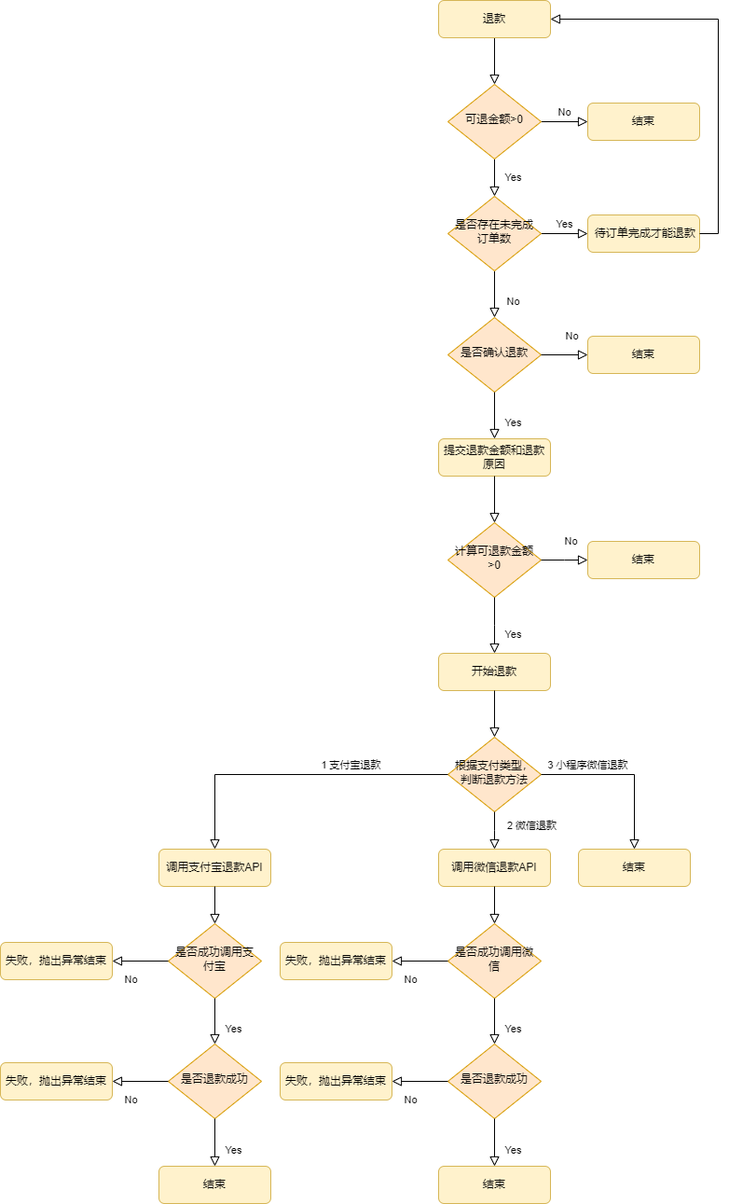
Before: png/退款流程.png, a diagram exported from draw.io (ren9901/tourism-j2ee-wx). Source tidied: cells renumbered, new cells last; positions are measured from the earlier drawing's top-left corner, leaving out a move shared by most shapes.
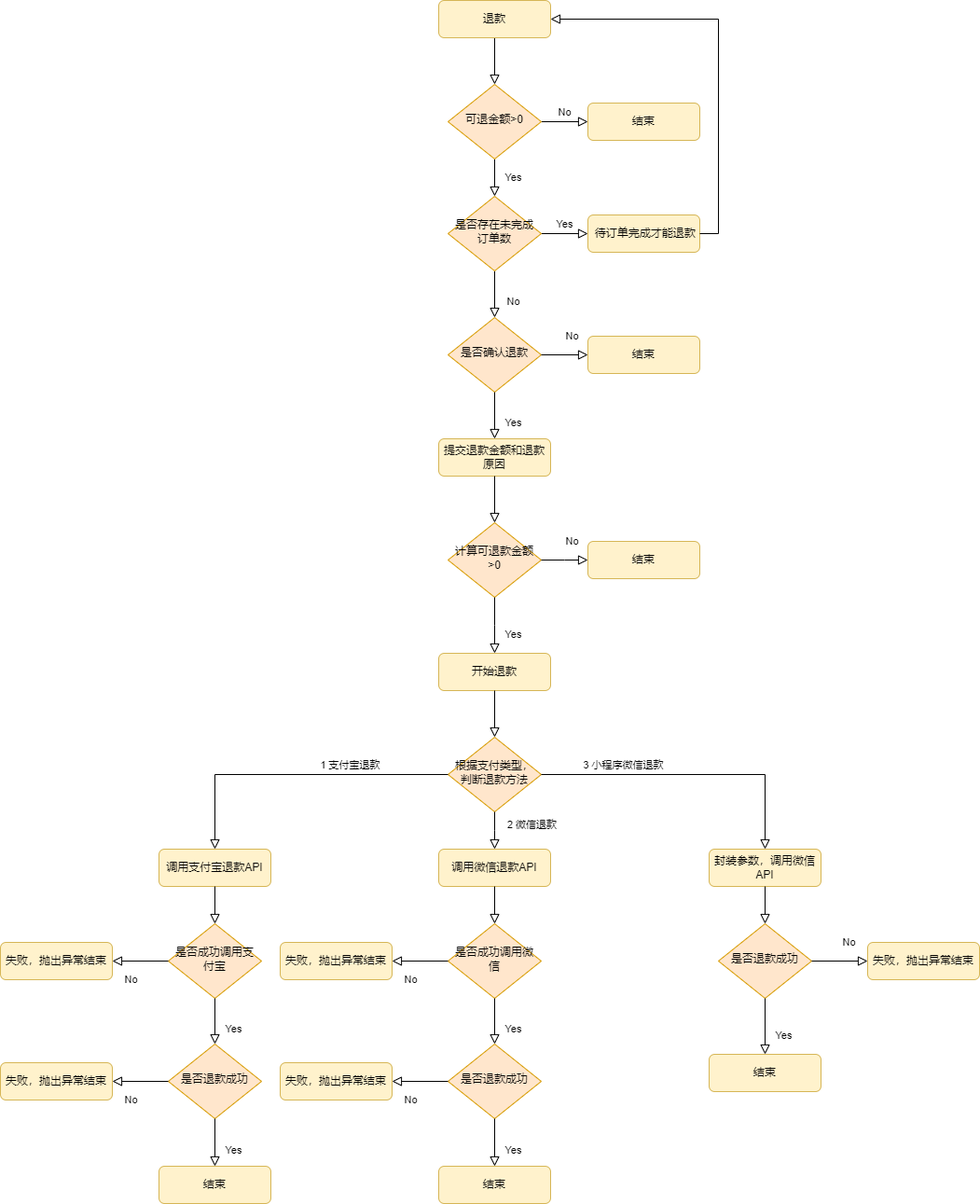
Later version of the same file.

Commit message:
更新退款流程.png

Diff of the diagram source:
```diff
@@ -96,8 +96,12 @@
         <mxPoint y="-6" as="offset" />
       </mxGeometry>
     </mxCell>
-    <mxCell id="28" value="3 小程序微信退款" style="rounded=0;html=1;jettySize=auto;fontSize=11;endArrow=block;endFill=0;endSize=8;strokeWidth=1;shadow=0;labelBackgroundColor=none;edgeStyle=orthogonalEdgeStyle;exitX=1;exitY=0.5;exitDx=0;exitDy=0;" parent="1" edge="1" source="24" target="31">
-      <mxGeometry x="-0.45" y="10" relative="1" as="geometry" />
+    <mxCell id="28" value="3 小程序微信退款" style="rounded=0;html=1;jettySize=auto;fontSize=11;endArrow=block;endFill=0;endSize=8;strokeWidth=1;shadow=0;labelBackgroundColor=none;edgeStyle=orthogonalEdgeStyle;exitX=1;exitY=0.5;exitDx=0;exitDy=0;entryX=0.5;entryY=0;entryDx=0;entryDy=0;" parent="1" edge="1" source="24" target="31">
+      <mxGeometry x="-0.45" y="10" relative="1" as="geometry">
+        <Array as="points">
+          <mxPoint x="820" y="830" />
+        </Array>
+      </mxGeometry>
     </mxCell>
     <mxCell id="29" value="调用支付宝退款API" style="rounded=1;whiteSpace=wrap;html=1;fontSize=12;glass=0;strokeWidth=1;shadow=0;fillColor=#fff2cc;strokeColor=#d6b656;" parent="1" vertex="1">
       <mxGeometry x="170" y="910" width="120" height="40" as="geometry" />
@@ -105,8 +109,8 @@
     <mxCell id="30" value="调用微信退款API" style="rounded=1;whiteSpace=wrap;html=1;fontSize=12;glass=0;strokeWidth=1;shadow=0;fillColor=#fff2cc;strokeColor=#d6b656;" parent="1" vertex="1">
       <mxGeometry x="470" y="910" width="120" height="40" as="geometry" />
     </mxCell>
-    <mxCell id="31" value="结束" style="rounded=1;whiteSpace=wrap;html=1;fontSize=12;glass=0;strokeWidth=1;shadow=0;fillColor=#fff2cc;strokeColor=#d6b656;" parent="1" vertex="1">
-      <mxGeometry x="620" y="910" width="120" height="40" as="geometry" />
+    <mxCell id="31" value="封装参数，调用微信API" style="rounded=1;whiteSpace=wrap;html=1;fontSize=12;glass=0;strokeWidth=1;shadow=0;fillColor=#fff2cc;strokeColor=#d6b656;" parent="1" vertex="1">
+      <mxGeometry x="760" y="910" width="120" height="40" as="geometry" />
     </mxCell>
     <mxCell id="32" value="&lt;div style=&quot;orphans: 4;&quot;&gt;是否成功调用支付宝&lt;/div&gt;" style="rhombus;whiteSpace=wrap;html=1;shadow=0;fontFamily=Helvetica;fontSize=12;align=center;strokeWidth=1;spacing=6;spacingTop=-4;fillColor=#ffe6cc;strokeColor=#d79b00;" parent="1" vertex="1">
       <mxGeometry x="180" y="990" width="100" height="80" as="geometry" />
@@ -168,5 +172,23 @@
     <mxCell id="51" style="rounded=0;html=1;jettySize=auto;fontSize=11;endArrow=block;endFill=0;endSize=8;strokeWidth=1;shadow=0;labelBackgroundColor=none;edgeStyle=orthogonalEdgeStyle;exitX=0.5;exitY=1;exitDx=0;exitDy=0;entryX=0.5;entryY=0;entryDx=0;entryDy=0;" parent="1" edge="1" source="30" target="42">
       <mxGeometry x="0.33" y="20" relative="1" as="geometry" />
     </mxCell>
+    <mxCell id="52" value="结束" style="rounded=1;whiteSpace=wrap;html=1;fontSize=12;glass=0;strokeWidth=1;shadow=0;fillColor=#fff2cc;strokeColor=#d6b656;" parent="1" vertex="1">
+      <mxGeometry x="760" y="1130" width="120" height="40" as="geometry" />
+    </mxCell>
+    <mxCell id="53" value="&lt;div style=&quot;orphans: 4;&quot;&gt;是否退款成功&lt;/div&gt;" style="rhombus;whiteSpace=wrap;html=1;shadow=0;fontFamily=Helvetica;fontSize=12;align=center;strokeWidth=1;spacing=6;spacingTop=-4;fillColor=#ffe6cc;strokeColor=#d79b00;" parent="1" vertex="1">
+      <mxGeometry x="770" y="990" width="100" height="80" as="geometry" />
+    </mxCell>
+    <mxCell id="54" value="Yes" style="rounded=0;html=1;jettySize=auto;fontSize=11;endArrow=block;endFill=0;endSize=8;strokeWidth=1;shadow=0;labelBackgroundColor=none;edgeStyle=orthogonalEdgeStyle;exitX=0.5;exitY=1;exitDx=0;exitDy=0;entryX=0.5;entryY=0;entryDx=0;entryDy=0;" parent="1" edge="1" source="53" target="52">
+      <mxGeometry x="0.33" y="20" relative="1" as="geometry" />
+    </mxCell>
+    <mxCell id="55" value="No" style="rounded=0;html=1;jettySize=auto;fontSize=11;endArrow=block;endFill=0;endSize=8;strokeWidth=1;shadow=0;labelBackgroundColor=none;edgeStyle=orthogonalEdgeStyle;" parent="1" edge="1" source="53" target="56">
+      <mxGeometry x="0.33" y="20" relative="1" as="geometry" />
+    </mxCell>
+    <mxCell id="56" value="失败，抛出异常结束" style="rounded=1;whiteSpace=wrap;html=1;fontSize=12;glass=0;strokeWidth=1;shadow=0;fillColor=#fff2cc;strokeColor=#d6b656;" parent="1" vertex="1">
+      <mxGeometry x="930" y="1010" width="120" height="40" as="geometry" />
+    </mxCell>
+    <mxCell id="57" style="rounded=0;html=1;jettySize=auto;fontSize=11;endArrow=block;endFill=0;endSize=8;strokeWidth=1;shadow=0;labelBackgroundColor=none;edgeStyle=orthogonalEdgeStyle;exitX=0.5;exitY=1;exitDx=0;exitDy=0;entryX=0.5;entryY=0;entryDx=0;entryDy=0;" parent="1" edge="1" source="31" target="53">
+      <mxGeometry x="0.33" y="20" relative="1" as="geometry" />
+    </mxCell>
   </root>
 </mxGraphModel>
```
